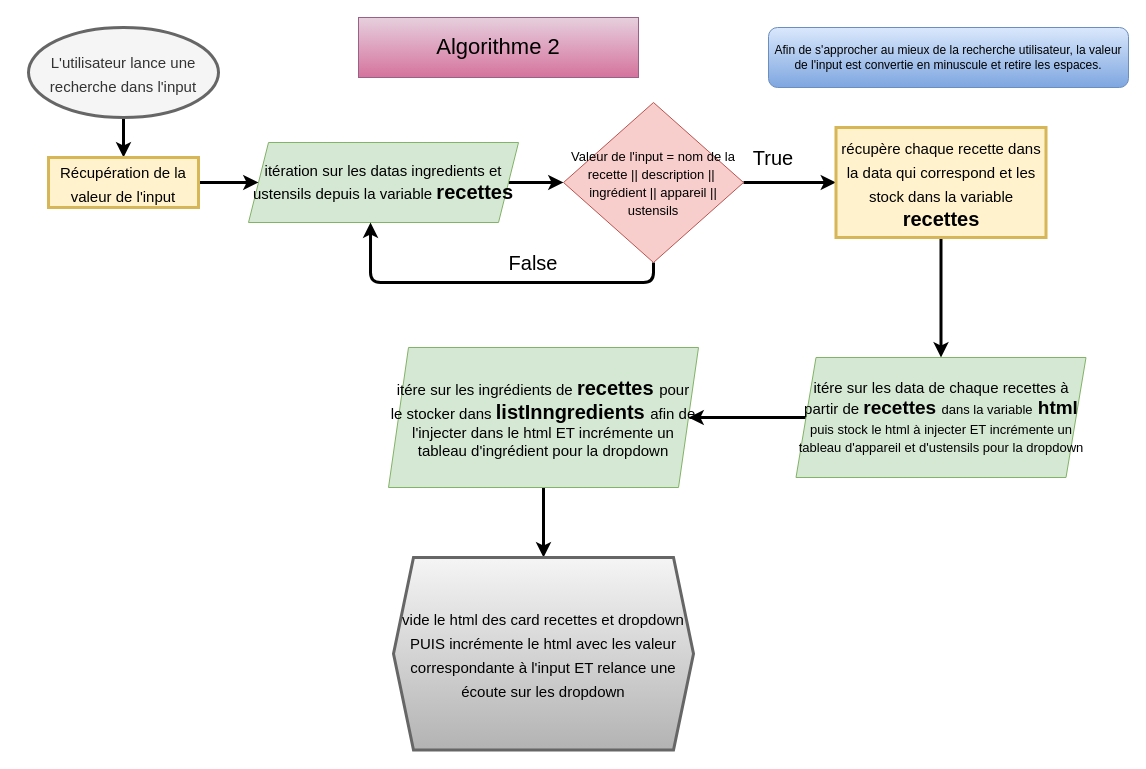
Above: page "Page-2" (2 of 2) of Untitled Diagram.drawio in kbosc/KevinBosc_7_21-10-2021 (draw.io), before the change. Source tidied: cells renumbered, new cells numbered last; positions are measured from the earlier drawing's top-left corner, leaving out a move shared by most shapes. Both pictures are drawn from the tidied source at 100%, with x=0, y=0 at pixel (28, 17).
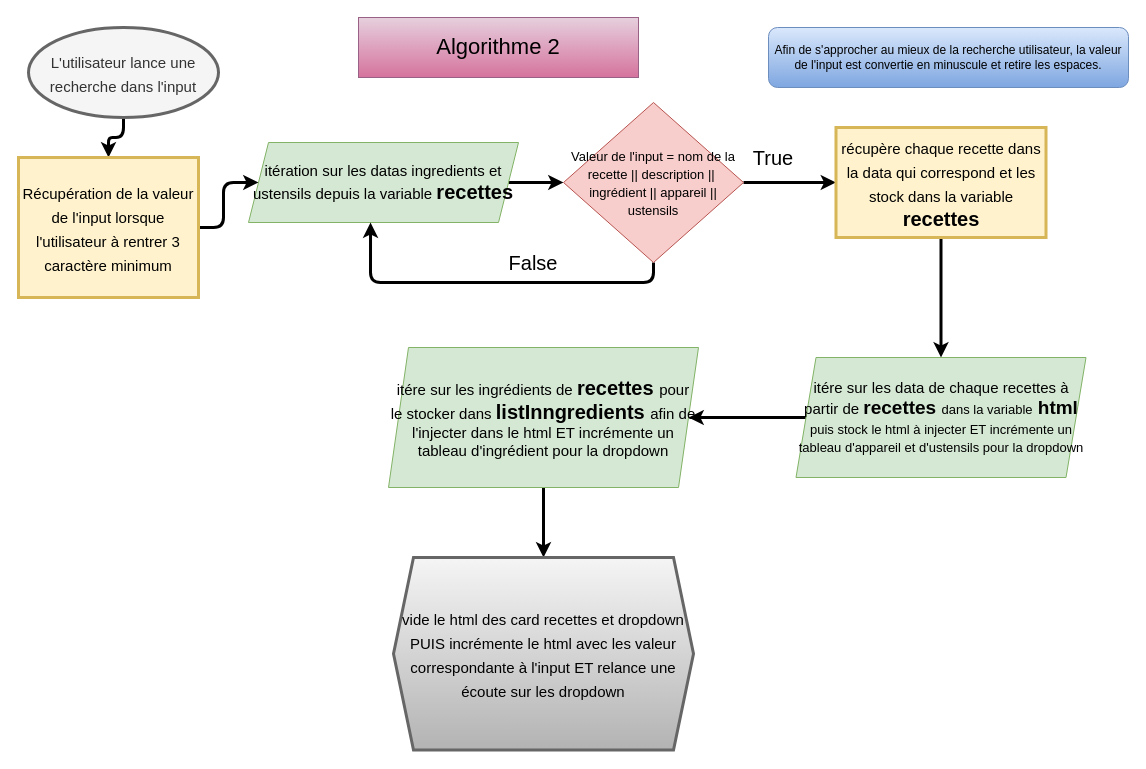
After the change.

Diff of the diagram source:
```diff
@@
-    <mxCell id="7" value="&lt;font style=&quot;font-size: 15px&quot;&gt;Récupération de la valeur de l'input&lt;/font&gt;" style="whiteSpace=wrap;html=1;rounded=0;fontSize=20;strokeWidth=3;fillColor=#fff2cc;strokeColor=#d6b656;" parent="1" vertex="1">
-      <mxGeometry x="20" y="140" width="150" height="50" as="geometry" />
+    <mxCell id="7" value="&lt;span style=&quot;font-size: 15px&quot;&gt;Récupération de la valeur de l'input lorsque l'utilisateur à rentrer 3 caractère minimum&lt;/span&gt;" style="whiteSpace=wrap;html=1;rounded=0;fontSize=20;strokeWidth=3;fillColor=#fff2cc;strokeColor=#d6b656;" parent="1" vertex="1">
+      <mxGeometry x="-10" y="140" width="180" height="140" as="geometry" />
     </mxCell>
```
